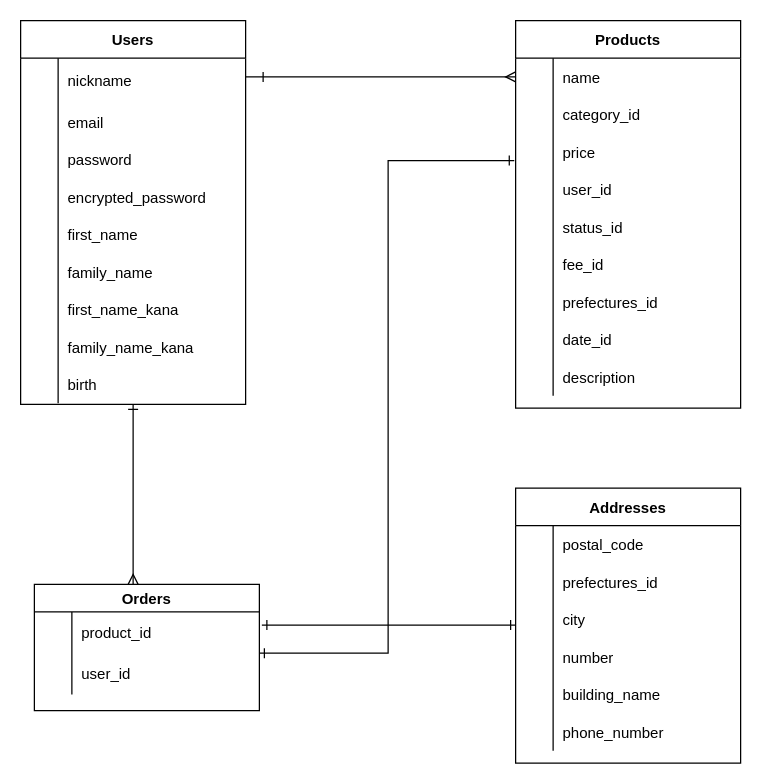
takeki-kimura/furima-35075 keeps this draw.io diagram as furima-35075.dio. Above is the earlier version. Source tidied: cells renumbered, new cells numbered last; positions are measured from the earlier drawing's top-left corner, leaving out a move shared by most shapes. Both pictures are drawn from the tidied source at 125%, with x=0, y=0 at pixel (20, 20).
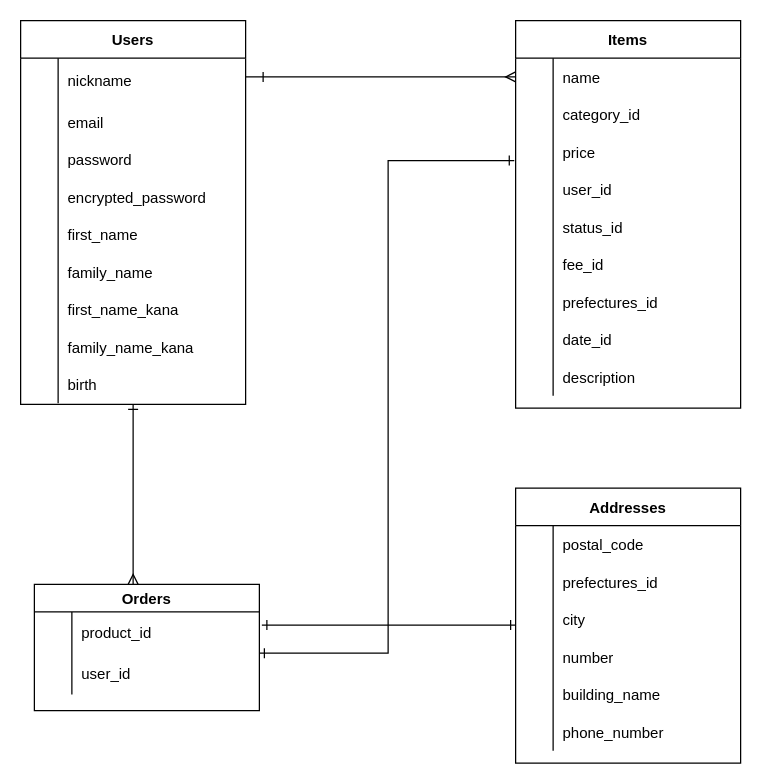
The same diagram, later.

Diff of the diagram source:
```diff
@@
-    <mxCell id="2" value="Products" style="shape=table;startSize=30;childLayout=tableLayout;rowLines=0;fontStyle=1;align=center;shadow=0;html=0;" parent="1" vertex="1">
+    <mxCell id="2" value="Items" style="shape=table;startSize=30;childLayout=tableLayout;rowLines=0;fontStyle=1;align=center;shadow=0;html=0;" parent="1" vertex="1">
       <mxGeometry x="396" width="180" height="310" as="geometry" />
     </mxCell>
```
